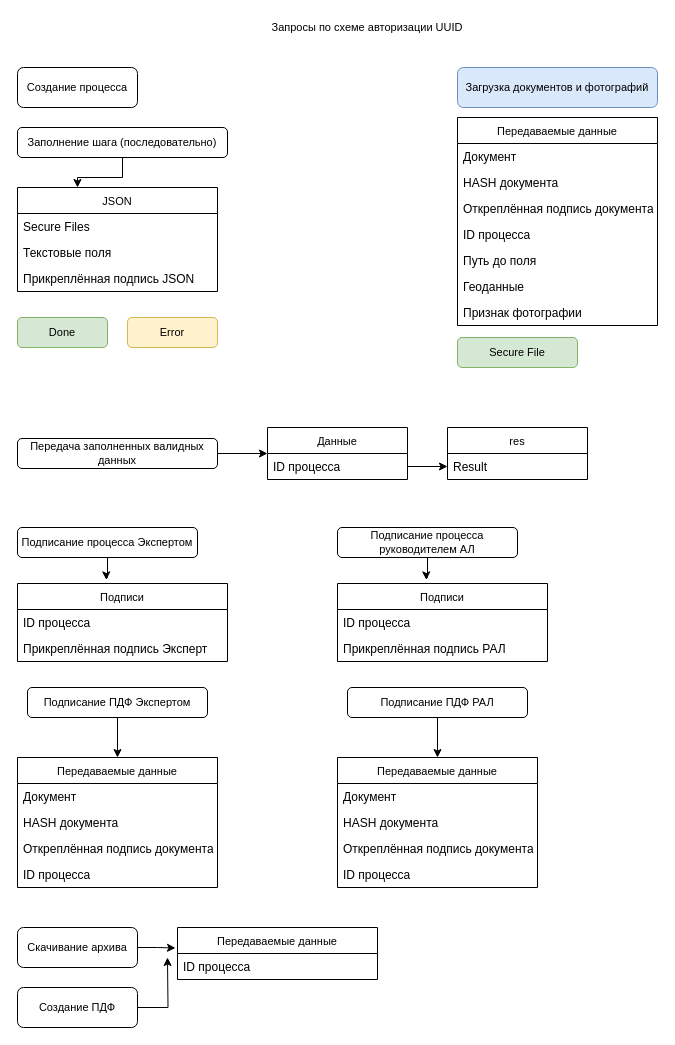
Earlier version of the draw.io diagram page "Process pipeline" (2 of 3) of Untitled Diagram.drawio (SunBro-Marko/SunBro-Marko). Source tidied: cells renumbered, new cells numbered last; positions are measured from the earlier drawing's top-left corner, leaving out a move shared by most shapes. Both pictures are drawn from the tidied source at 100%, with x=0, y=0 at pixel (17, 17).
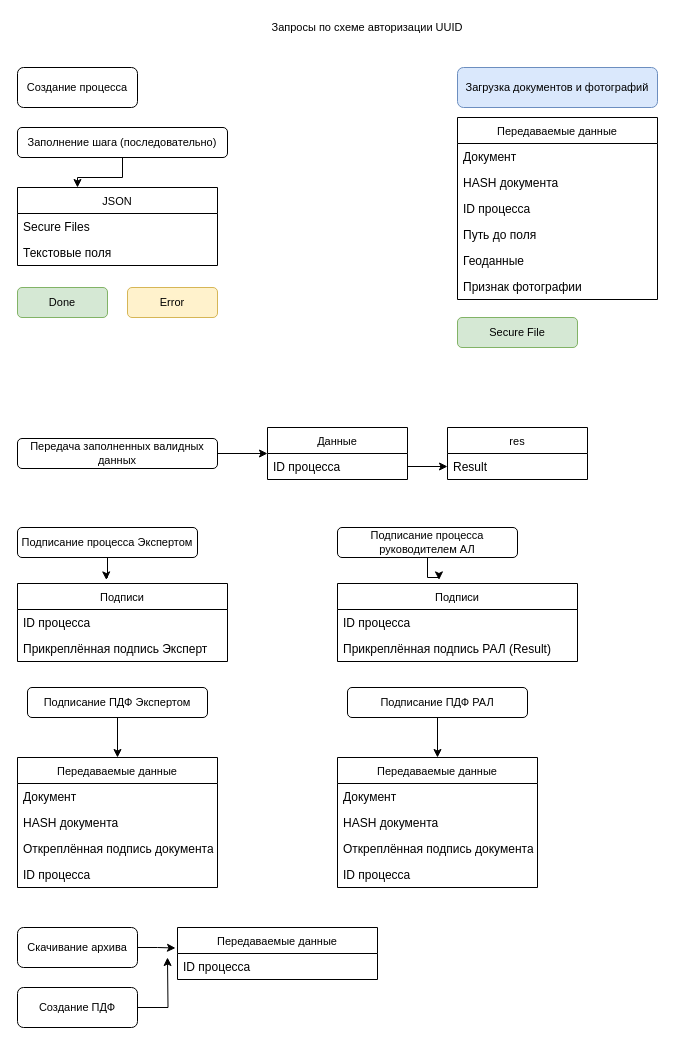
Above is the later version.

The edit, as a diff of the source:
```diff
@@
     <mxCell id="4" value="Передаваемые данные" style="swimlane;fontStyle=0;horizontal=1;startSize=26;fontSize=11;" parent="1" vertex="1">
-      <mxGeometry x="440" y="100" width="200" height="208" as="geometry" />
+      <mxGeometry x="440" y="100" width="200" height="182" as="geometry" />
     </mxCell>
@@
-    <mxCell id="7" value="Откреплённая подпись документа" style="text;strokeColor=none;fillColor=none;align=left;verticalAlign=top;spacingLeft=4;spacingRight=4;overflow=hidden;" parent="4" vertex="1">
-      <mxGeometry y="78" width="200" height="26" as="geometry" />
-    </mxCell>
     <mxCell id="8" value="ID процесса" style="text;strokeColor=none;fillColor=none;align=left;verticalAlign=top;spacingLeft=4;spacingRight=4;overflow=hidden;" parent="4" vertex="1">
-      <mxGeometry y="104" width="200" height="26" as="geometry" />
+      <mxGeometry y="78" width="200" height="26" as="geometry" />
     </mxCell>
     <mxCell id="9" value="Путь до поля" style="text;strokeColor=none;fillColor=none;align=left;verticalAlign=top;spacingLeft=4;spacingRight=4;overflow=hidden;" parent="4" vertex="1">
-      <mxGeometry y="130" width="200" height="26" as="geometry" />
+      <mxGeometry y="104" width="200" height="26" as="geometry" />
     </mxCell>
     <mxCell id="10" value="Геоданные" style="text;strokeColor=none;fillColor=none;align=left;verticalAlign=top;spacingLeft=4;spacingRight=4;overflow=hidden;" parent="4" vertex="1">
-      <mxGeometry y="156" width="200" height="26" as="geometry" />
+      <mxGeometry y="130" width="200" height="26" as="geometry" />
     </mxCell>
     <mxCell id="11" value="Признак фотографии&#10;" style="text;strokeColor=none;fillColor=none;align=left;verticalAlign=top;spacingLeft=4;spacingRight=4;overflow=hidden;" parent="4" vertex="1">
-      <mxGeometry y="182" width="200" height="26" as="geometry" />
+      <mxGeometry y="156" width="200" height="26" as="geometry" />
     </mxCell>
@@
     <mxCell id="14" value="JSON" style="swimlane;fontStyle=0;horizontal=1;startSize=26;fontSize=11;" parent="1" vertex="1">
-      <mxGeometry y="170" width="200" height="104" as="geometry" />
+      <mxGeometry y="170" width="200" height="78" as="geometry" />
     </mxCell>
@@
-    <mxCell id="17" value="Прикреплённая подпись JSON" style="text;strokeColor=none;fillColor=none;align=left;verticalAlign=top;spacingLeft=4;spacingRight=4;overflow=hidden;" parent="14" vertex="1">
-      <mxGeometry y="78" width="200" height="26" as="geometry" />
-    </mxCell>
     <mxCell id="18" value="Secure File" style="rounded=1;whiteSpace=wrap;html=1;fontSize=11;fillColor=#d5e8d4;strokeColor=#82b366;" parent="1" vertex="1">
-      <mxGeometry x="440" y="320" width="120" height="30" as="geometry" />
+      <mxGeometry x="440" y="300" width="120" height="30" as="geometry" />
     </mxCell>
@@
     <mxCell id="20" value="Done" style="rounded=1;whiteSpace=wrap;html=1;fontSize=11;fillColor=#d5e8d4;strokeColor=#82b366;" parent="1" vertex="1">
-      <mxGeometry y="300" width="90" height="30" as="geometry" />
+      <mxGeometry y="270" width="90" height="30" as="geometry" />
     </mxCell>
     <mxCell id="21" value="Error" style="rounded=1;whiteSpace=wrap;html=1;fontSize=11;fillColor=#fff2cc;strokeColor=#d6b656;" parent="1" vertex="1">
-      <mxGeometry x="110" y="300" width="90" height="30" as="geometry" />
+      <mxGeometry x="110" y="270" width="90" height="30" as="geometry" />
     </mxCell>
@@
     <mxCell id="43" value="Подписи" style="swimlane;fontStyle=0;horizontal=1;startSize=26;fontSize=11;" parent="1" vertex="1">
-      <mxGeometry x="320" y="566" width="210" height="78" as="geometry" />
+      <mxGeometry x="320" y="566" width="240" height="78" as="geometry" />
     </mxCell>
     <mxCell id="44" value="ID процесса" style="text;strokeColor=none;fillColor=none;align=left;verticalAlign=top;spacingLeft=4;spacingRight=4;overflow=hidden;" parent="43" vertex="1">
-      <mxGeometry y="26" width="210" height="26" as="geometry" />
+      <mxGeometry y="26" width="240" height="26" as="geometry" />
     </mxCell>
-    <mxCell id="45" value="Прикреплённая подпись РАЛ" style="text;strokeColor=none;fillColor=none;align=left;verticalAlign=top;spacingLeft=4;spacingRight=4;overflow=hidden;" parent="43" vertex="1">
-      <mxGeometry y="52" width="210" height="26" as="geometry" />
+    <mxCell id="45" value="Прикреплённая подпись РАЛ (Result)" style="text;strokeColor=none;fillColor=none;align=left;verticalAlign=top;spacingLeft=4;spacingRight=4;overflow=hidden;" parent="43" vertex="1">
+      <mxGeometry y="52" width="240" height="26" as="geometry" />
     </mxCell>
```
